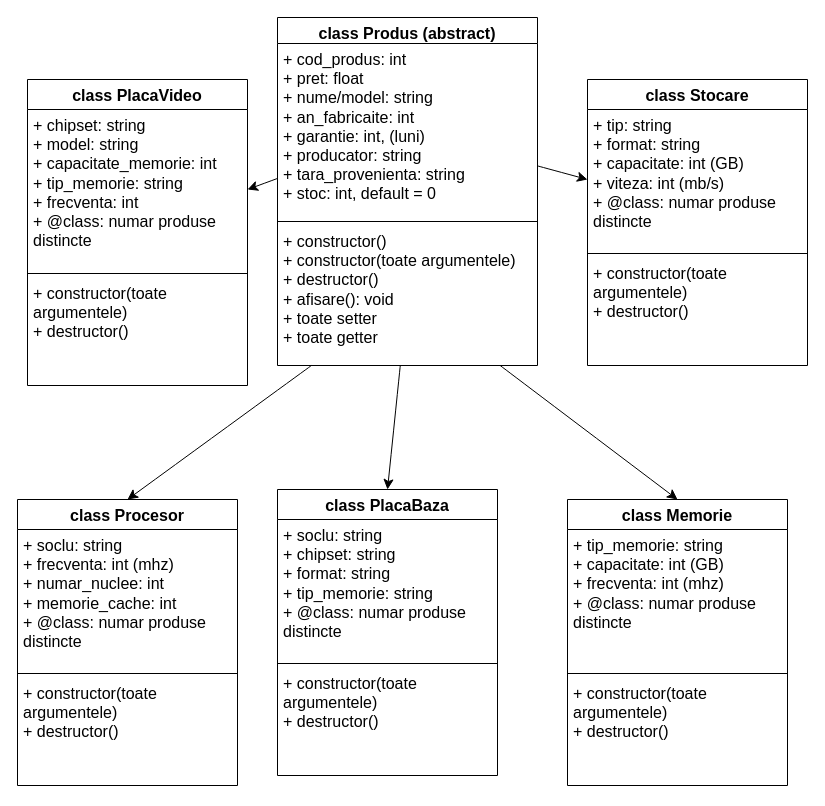
Earlier version of the draw.io diagram diagrame/clase.drawio (and-eu/Proiect_POO). Source tidied: cells renumbered, new cells numbered last; positions are measured from the earlier drawing's top-left corner, leaving out a move shared by most shapes. Both pictures are drawn from the tidied source at 100%, with x=0, y=0 at pixel (17, 17).
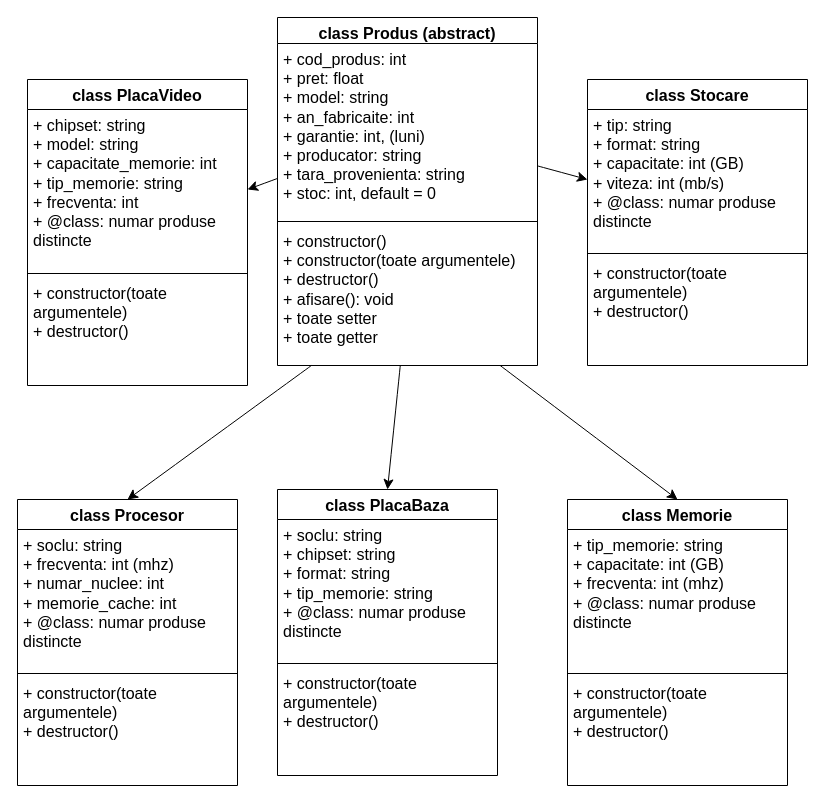
The same diagram, later.

Unchanged cells that the change refers to:
```xml
<mxCell id="2" value="class Produs (abstract)" style="swimlane;fontStyle=1;align=center;verticalAlign=top;horizontal=1;startSize=26;whiteSpace=wrap;html=1;fontSize=16;" parent="1" vertex="1">
  <mxGeometry x="260" width="260" height="348" as="geometry" />
</mxCell>
```

The edit, as a diff of the source:
```diff
@@
-    <mxCell id="3" value="+ cod_produs: int&lt;br&gt;+&amp;nbsp;pret: float&lt;br&gt;+ nume/model: string&lt;br&gt;+&amp;nbsp;an_fabricaite: int&lt;br&gt;+ garantie: int, (luni)&lt;br&gt;+ producator: string&lt;br&gt;+ tara_provenienta: string&lt;br&gt;+ stoc: int, default = 0" style="text;strokeColor=none;fillColor=none;align=left;verticalAlign=top;spacingLeft=4;spacingRight=4;overflow=hidden;points=[[0,0.5],[1,0.5]];portConstraint=eastwest;whiteSpace=wrap;html=1;fontSize=16;" parent="2" vertex="1">
+    <mxCell id="3" value="+ cod_produs: int&lt;br&gt;+&amp;nbsp;pret: float&lt;br&gt;+ model: string&lt;br&gt;+&amp;nbsp;an_fabricaite: int&lt;br&gt;+ garantie: int, (luni)&lt;br&gt;+ producator: string&lt;br&gt;+ tara_provenienta: string&lt;br&gt;+ stoc: int, default = 0" style="text;strokeColor=none;fillColor=none;align=left;verticalAlign=top;spacingLeft=4;spacingRight=4;overflow=hidden;points=[[0,0.5],[1,0.5]];portConstraint=eastwest;whiteSpace=wrap;html=1;fontSize=16;" parent="2" vertex="1">
       <mxGeometry y="26" width="260" height="174" as="geometry" />
     </mxCell>
```
